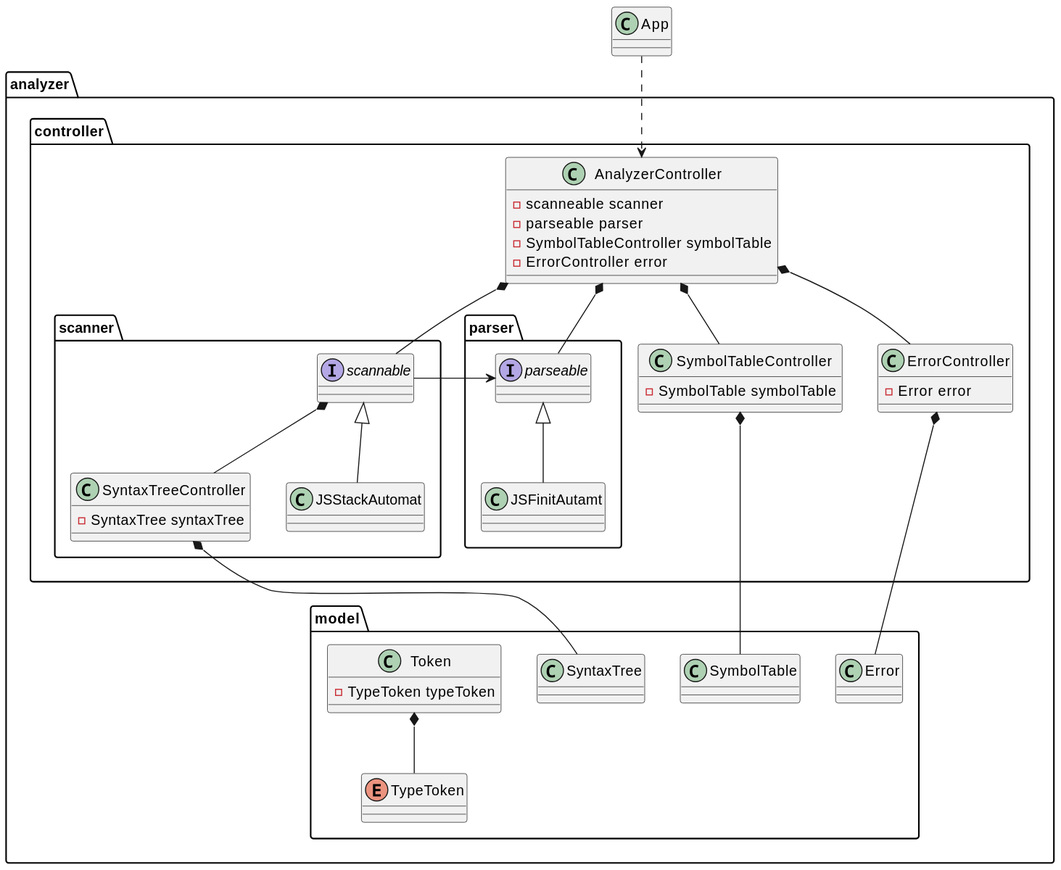
Earlier version of the PlantUML export docs/out/docs/ClassDiagram/classdiagram.svg (moroquin/parser-scanner-analyzer).
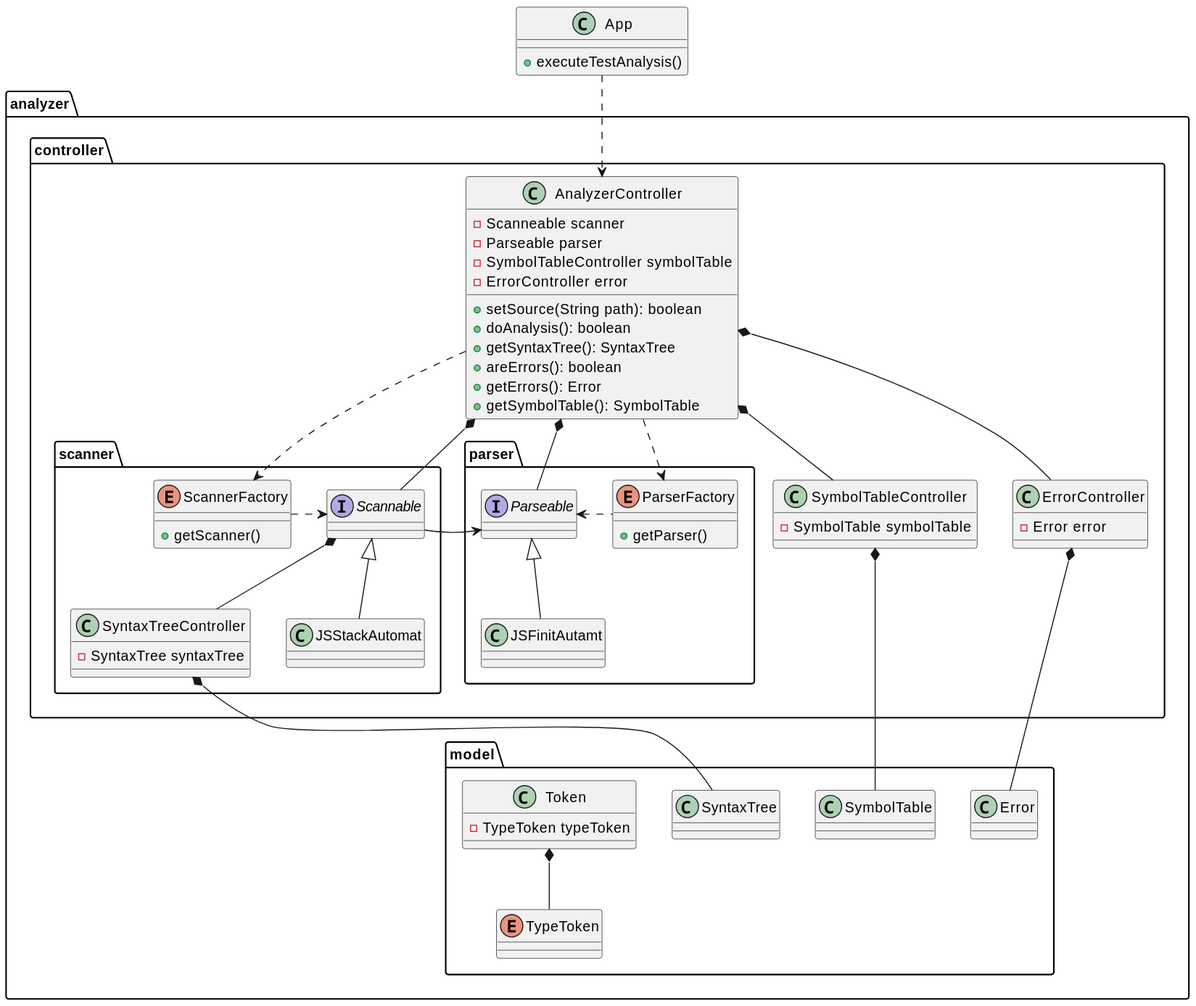
After the commit.

Commit message:
adding factory pattern to parser and scanner in the doc

Diff of the diagram source:
```diff
@@ -2,7 +2,7 @@
 
 
 class App{
-
+    +executeTestAnalysis()
 }
 
 package analyzer{
@@ -10,10 +10,16 @@
     package controller{
 
         class AnalyzerController{
-            -scanneable scanner
-            -parseable parser
+            -Scanneable scanner
+            -Parseable parser
             -SymbolTableController symbolTable
             -ErrorController error
+            +setSource(String path): boolean
+            +doAnalysis(): boolean
+            +getSyntaxTree(): SyntaxTree
+            +areErrors(): boolean
+            +getErrors(): Error
+            +getSymbolTable(): SymbolTable
         }
 
         class SymbolTableController{
@@ -29,6 +35,9 @@
 
         package scanner{
 
+            enum ScannerFactory{
+                +getScanner()
+            }
 
 
             class SyntaxTreeController{
@@ -36,7 +45,7 @@
 
             }
 
-            interface scannable{
+            interface Scannable{
 
             }
 
@@ -44,15 +53,21 @@
 
             }
 
-            JSStackAutomat -up-|> scannable
-            scannable *-- SyntaxTreeController
+            JSStackAutomat -up-|> Scannable
+            Scannable *-- SyntaxTreeController
+
+            ScannerFactory .right.> Scannable
 
 
         }
 
         package parser{
 
-            interface parseable{
+            enum ParserFactory{
+                +getParser()
+            }
+
+            interface Parseable{
 
             }
 
@@ -60,18 +75,22 @@
 
             }
 
-            JSFinitAutamt -up-|> parseable
+            JSFinitAutamt -up-|> Parseable
+            ParserFactory .left.> Parseable
 
         }
 
 
 
-        AnalyzerController *-- parseable
-        AnalyzerController *-- scannable
+        AnalyzerController *-- Parseable
+        AnalyzerController *-- Scannable
         AnalyzerController *-- SymbolTableController
         AnalyzerController *-- ErrorController
 
-        scannable -right-> parseable
+        AnalyzerController ..> ParserFactory
+        AnalyzerController ..> ScannerFactory
+
+        Scannable -right-> Parseable
 
     }
 
```
